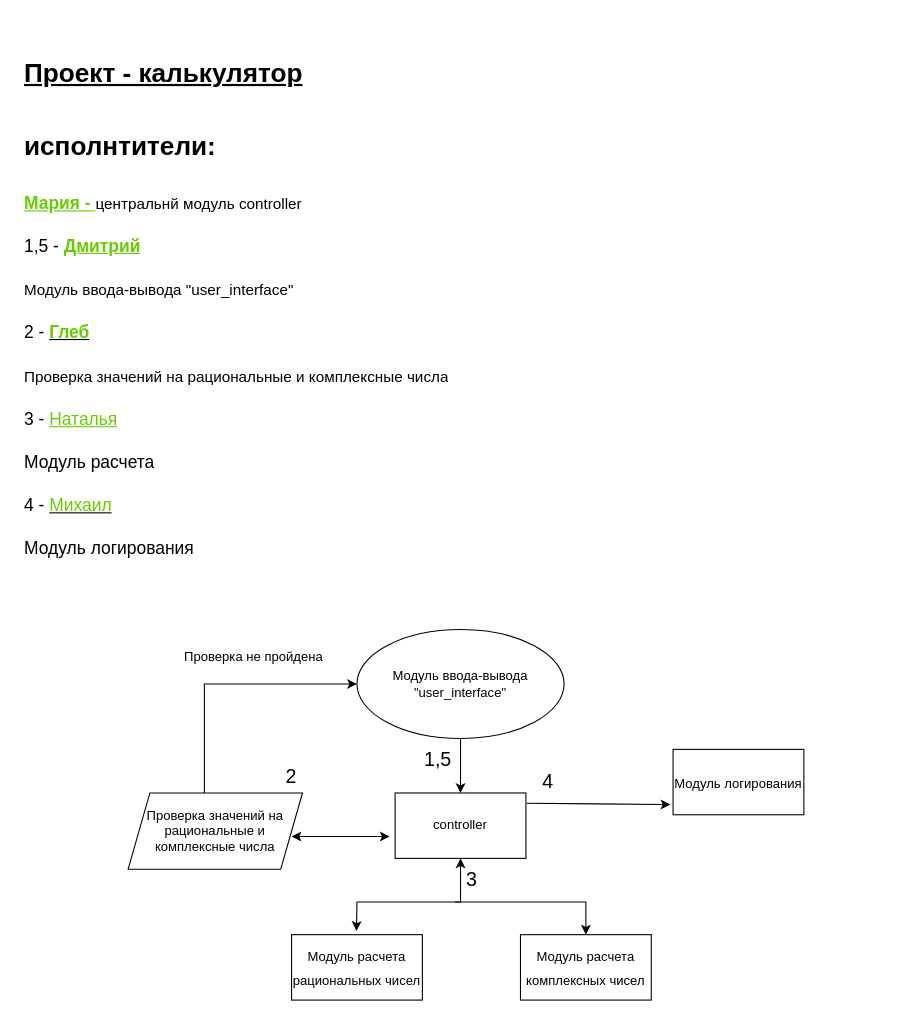
tni-github/Calc_group keeps this draw.io diagram as Block_shema.drawio. Above is the earlier version. Source tidied: cells renumbered, new cells numbered last; positions are measured from the earlier drawing's top-left corner, leaving out a move shared by most shapes. Both pictures are drawn from the tidied source at 109%, with x=0, y=0 at pixel (19, 29).
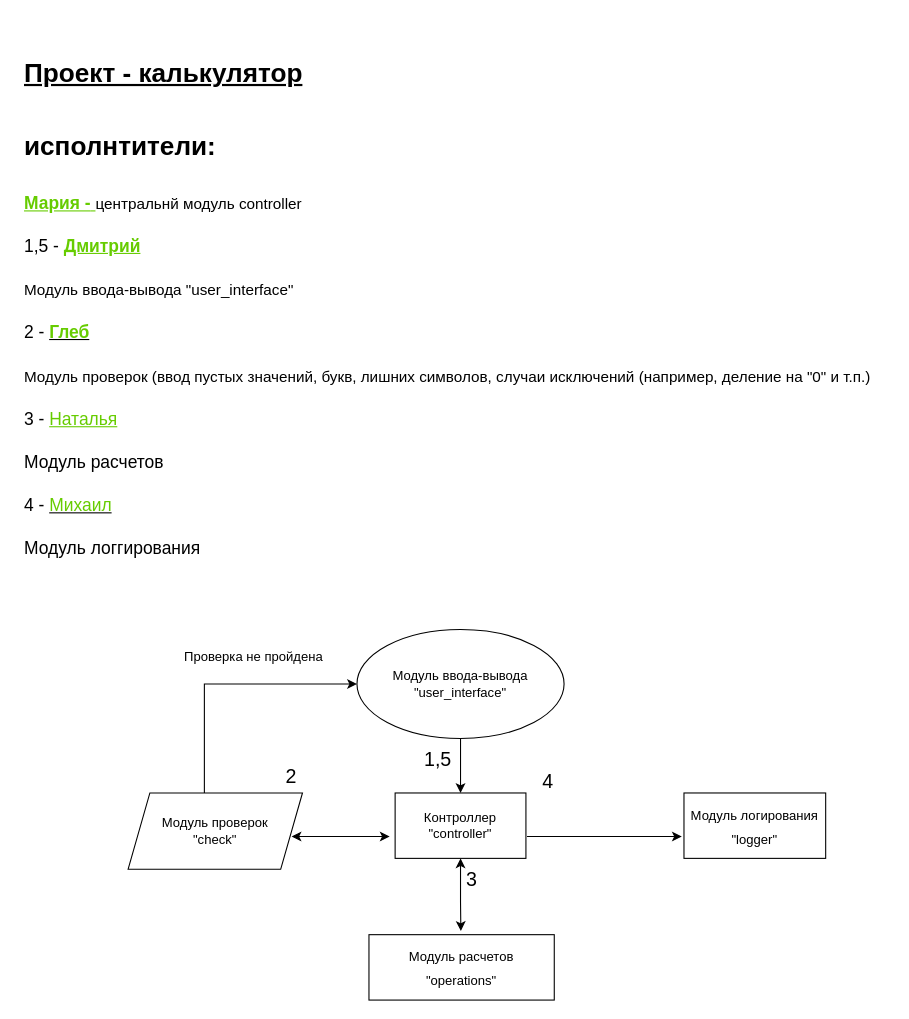
The same diagram, later.

Commit message (it also covers changes not shown here):
откорректирована диаграмма и добавлен модуль операций с числами

Change to the diagram source:
```diff
@@
-    <mxCell id="4" value="controller" style="rounded=0;whiteSpace=wrap;html=1;" parent="1" vertex="1">
+    <mxCell id="4" value="Контроллер&lt;br&gt;&quot;controller&quot;" style="rounded=0;whiteSpace=wrap;html=1;" parent="1" vertex="1">
       <mxGeometry x="345" y="700" width="120" height="60" as="geometry" />
     </mxCell>
@@
-    <mxCell id="6" value="Проверка значений на рациональные и комплексные числа" style="shape=parallelogram;perimeter=parallelogramPerimeter;whiteSpace=wrap;html=1;fixedSize=1;" parent="1" vertex="1">
+    <mxCell id="6" value="Модуль проверок&lt;br&gt;&quot;check&quot;&lt;br&gt;" style="shape=parallelogram;perimeter=parallelogramPerimeter;whiteSpace=wrap;html=1;fixedSize=1;" parent="1" vertex="1">
       <mxGeometry x="100" y="700" width="160" height="70" as="geometry" />
     </mxCell>
@@
     <mxCell id="9" style="endArrow=classic;startArrow=classic;html=1;rounded=0;entryX=0.5;entryY=1;entryDx=0;entryDy=0;exitX=0.496;exitY=-0.057;exitDx=0;exitDy=0;exitPerimeter=0;" parent="1" edge="1" source="11" target="4">
       <mxGeometry relative="1" as="geometry">
         <Array as="points">
-          <mxPoint x="310" y="800" />
           <mxPoint x="405" y="800" />
         </Array>
       </mxGeometry>
     </mxCell>
@@
-    <mxCell id="11" value="&lt;font style=&quot;font-size: 12px;&quot;&gt;Модуль расчета рациональных чисел&lt;/font&gt;" style="whiteSpace=wrap;html=1;fontSize=18;" parent="1" vertex="1">
-      <mxGeometry x="250" y="830" width="120" height="60" as="geometry" />
+    <mxCell id="11" value="&lt;font style=&quot;font-size: 12px&quot;&gt;Модуль расчетов&lt;br&gt;&quot;operations&quot;&lt;br&gt;&lt;/font&gt;" style="whiteSpace=wrap;html=1;fontSize=18;" parent="1" vertex="1">
+      <mxGeometry x="321" y="830" width="170" height="60" as="geometry" />
     </mxCell>
-    <mxCell id="12" style="endArrow=classic;html=1;rounded=0;fontSize=12;" parent="1" edge="1">
-      <mxGeometry relative="1" as="geometry">
-        <mxPoint x="400" y="800" as="sourcePoint" />
-        <mxPoint x="520" y="830" as="targetPoint" />
-        <Array as="points">
-          <mxPoint x="520" y="800" />
-        </Array>
-      </mxGeometry>
-    </mxCell>
-    <mxCell id="13" value="&lt;font style=&quot;font-size: 12px;&quot;&gt;Модуль расчета комплексных чисел&lt;/font&gt;" style="whiteSpace=wrap;html=1;fontSize=18;" parent="1" vertex="1">
-      <mxGeometry x="460" y="830" width="120" height="60" as="geometry" />
-    </mxCell>
@@
-    <mxCell id="15" style="endArrow=classic;html=1;rounded=0;fontSize=18;entryX=-0.02;entryY=0.843;entryDx=0;entryDy=0;entryPerimeter=0;exitX=1.007;exitY=0.158;exitDx=0;exitDy=0;exitPerimeter=0;" parent="1" edge="1" source="4" target="16">
+    <mxCell id="15" style="endArrow=classic;html=1;rounded=0;fontSize=18;" parent="1" edge="1">
       <mxGeometry relative="1" as="geometry">
+        <mxPoint x="466" y="740" as="sourcePoint" />
+        <mxPoint x="608" y="740" as="targetPoint" />
         <Array as="points">
-          <mxPoint x="530" y="710" />
+          <mxPoint x="540" y="740" />
         </Array>
       </mxGeometry>
     </mxCell>
-    <mxCell id="16" value="&lt;font style=&quot;font-size: 12px;&quot;&gt;Модуль логирования&lt;/font&gt;" style="whiteSpace=wrap;html=1;fontSize=18;" parent="1" vertex="1">
-      <mxGeometry x="600" y="660" width="120" height="60" as="geometry" />
+    <mxCell id="16" value="&lt;font style=&quot;font-size: 12px&quot;&gt;Модуль логирования&lt;br&gt;&quot;logger&quot;&lt;br&gt;&lt;/font&gt;" style="whiteSpace=wrap;html=1;fontSize=18;" parent="1" vertex="1">
+      <mxGeometry x="610" y="700" width="130" height="60" as="geometry" />
     </mxCell>
@@
-    <mxCell id="19" value="&lt;h1&gt;&lt;font style=&quot;vertical-align: inherit ; font-size: 24px&quot;&gt;&lt;u&gt;Проект - калькулятор&lt;/u&gt;&amp;nbsp;&lt;/font&gt;&lt;/h1&gt;&lt;h1&gt;&lt;font style=&quot;vertical-align: inherit ; font-size: 24px&quot;&gt;исполнтители:&lt;/font&gt;&lt;/h1&gt;&lt;p&gt;&lt;font&gt;&lt;font style=&quot;vertical-align: inherit ; font-size: 14px&quot; color=&quot;#66cc00&quot;&gt;&lt;b style=&quot;font-size: 16px&quot;&gt;&lt;u&gt;&lt;font style=&quot;font-size: 16px&quot;&gt;Мария -&lt;/font&gt; &lt;/u&gt;&lt;/b&gt;&lt;/font&gt;&lt;font style=&quot;vertical-align: inherit ; font-size: 14px&quot;&gt;центральнй модуль controller&amp;nbsp;&lt;/font&gt;&lt;/font&gt;&lt;/p&gt;&lt;p&gt;&lt;font style=&quot;vertical-align: inherit ; font-size: 14px&quot;&gt;&lt;font style=&quot;vertical-align: inherit ; font-size: 16px&quot;&gt;&lt;font style=&quot;vertical-align: inherit ; font-size: 16px&quot;&gt;1,5 - &lt;b&gt;&lt;font color=&quot;#66cc00&quot; style=&quot;font-size: 16px&quot;&gt;&lt;u&gt;Дмитрий&lt;/u&gt;&lt;/font&gt;&amp;nbsp;&lt;/b&gt;&lt;/font&gt;&lt;/font&gt;&lt;/font&gt;&lt;/p&gt;&lt;font style=&quot;font-size: 14px&quot;&gt;&lt;font style=&quot;text-align: center ; vertical-align: inherit&quot;&gt;Модуль ввода-вывода&amp;nbsp;&lt;/font&gt;&lt;font style=&quot;text-align: center ; vertical-align: inherit&quot;&gt;&quot;user_interface&quot;&lt;/font&gt;&lt;/font&gt;&lt;p&gt;&lt;font style=&quot;vertical-align: inherit ; font-size: 14px&quot;&gt;&lt;font style=&quot;vertical-align: inherit ; font-size: 16px&quot;&gt;&lt;font style=&quot;vertical-align: inherit ; font-size: 16px&quot;&gt;2 - &lt;b&gt;&lt;u&gt;&lt;font color=&quot;#66cc00&quot; style=&quot;font-size: 16px&quot;&gt;Глеб&lt;/font&gt;&lt;/u&gt;&lt;/b&gt;&lt;/font&gt;&lt;/font&gt;&lt;/font&gt;&lt;/p&gt;&lt;p&gt;&lt;font style=&quot;vertical-align: inherit ; font-size: 14px&quot;&gt;&lt;span style=&quot;text-align: center&quot;&gt;Проверка значений на рациональные и комплексные числа&lt;/span&gt;&lt;/font&gt;&lt;/p&gt;&lt;p&gt;&lt;font style=&quot;vertical-align: inherit&quot; size=&quot;3&quot;&gt;3 - &lt;font color=&quot;#66cc00&quot;&gt;&lt;u&gt;Наталья&lt;/u&gt;&lt;/font&gt;&lt;/font&gt;&lt;/p&gt;&lt;p&gt;&lt;font style=&quot;vertical-align: inherit&quot; size=&quot;3&quot;&gt;Модуль расчета&lt;/font&gt;&lt;/p&gt;&lt;p&gt;&lt;font style=&quot;vertical-align: inherit&quot; size=&quot;3&quot;&gt;4 - &lt;u&gt;&lt;font color=&quot;#66cc00&quot;&gt;Михаил&lt;/font&gt;&lt;/u&gt;&lt;/font&gt;&lt;/p&gt;&lt;p&gt;&lt;font size=&quot;3&quot;&gt;Модуль логирования&lt;/font&gt;&lt;/p&gt;" style="text;html=1;strokeColor=none;fillColor=none;spacing=5;spacingTop=-20;whiteSpace=wrap;overflow=hidden;rounded=0;fontSize=18;" parent="1" vertex="1">
+    <mxCell id="19" value="&lt;h1&gt;&lt;font style=&quot;vertical-align: inherit ; font-size: 24px&quot;&gt;&lt;u&gt;Проект - калькулятор&lt;/u&gt;&amp;nbsp;&lt;/font&gt;&lt;/h1&gt;&lt;h1&gt;&lt;font style=&quot;vertical-align: inherit ; font-size: 24px&quot;&gt;исполнтители:&lt;/font&gt;&lt;/h1&gt;&lt;p&gt;&lt;font&gt;&lt;font style=&quot;vertical-align: inherit ; font-size: 14px&quot; color=&quot;#66cc00&quot;&gt;&lt;b style=&quot;font-size: 16px&quot;&gt;&lt;u&gt;&lt;font style=&quot;font-size: 16px&quot;&gt;Мария -&lt;/font&gt; &lt;/u&gt;&lt;/b&gt;&lt;/font&gt;&lt;font style=&quot;vertical-align: inherit ; font-size: 14px&quot;&gt;центральнй модуль controller&amp;nbsp;&lt;/font&gt;&lt;/font&gt;&lt;/p&gt;&lt;p&gt;&lt;font style=&quot;vertical-align: inherit ; font-size: 14px&quot;&gt;&lt;font style=&quot;vertical-align: inherit ; font-size: 16px&quot;&gt;&lt;font style=&quot;vertical-align: inherit ; font-size: 16px&quot;&gt;1,5 - &lt;b&gt;&lt;font color=&quot;#66cc00&quot; style=&quot;font-size: 16px&quot;&gt;&lt;u&gt;Дмитрий&lt;/u&gt;&lt;/font&gt;&amp;nbsp;&lt;/b&gt;&lt;/font&gt;&lt;/font&gt;&lt;/font&gt;&lt;/p&gt;&lt;font style=&quot;font-size: 14px&quot;&gt;&lt;font style=&quot;text-align: center ; vertical-align: inherit&quot;&gt;Модуль ввода-вывода&amp;nbsp;&lt;/font&gt;&lt;font style=&quot;text-align: center ; vertical-align: inherit&quot;&gt;&quot;user_interface&quot;&lt;/font&gt;&lt;/font&gt;&lt;p&gt;&lt;font style=&quot;vertical-align: inherit ; font-size: 14px&quot;&gt;&lt;font style=&quot;vertical-align: inherit ; font-size: 16px&quot;&gt;&lt;font style=&quot;vertical-align: inherit ; font-size: 16px&quot;&gt;2 - &lt;b&gt;&lt;u&gt;&lt;font color=&quot;#66cc00&quot; style=&quot;font-size: 16px&quot;&gt;Глеб&lt;/font&gt;&lt;/u&gt;&lt;/b&gt;&lt;/font&gt;&lt;/font&gt;&lt;/font&gt;&lt;/p&gt;&lt;p&gt;&lt;font style=&quot;vertical-align: inherit ; font-size: 14px&quot;&gt;&lt;span style=&quot;text-align: center&quot;&gt;Модуль проверок (ввод пустых значений, букв, лишних символов, случаи исключений (например, деление на &quot;0&quot; и т.п.)&lt;/span&gt;&lt;/font&gt;&lt;/p&gt;&lt;p&gt;&lt;font style=&quot;vertical-align: inherit&quot; size=&quot;3&quot;&gt;3 - &lt;font color=&quot;#66cc00&quot;&gt;&lt;u&gt;Наталья&lt;/u&gt;&lt;/font&gt;&lt;/font&gt;&lt;/p&gt;&lt;p&gt;&lt;font style=&quot;vertical-align: inherit&quot; size=&quot;3&quot;&gt;Модуль расчетов&lt;/font&gt;&lt;/p&gt;&lt;p&gt;&lt;font style=&quot;vertical-align: inherit&quot; size=&quot;3&quot;&gt;4 - &lt;u&gt;&lt;font color=&quot;#66cc00&quot;&gt;Михаил&lt;/font&gt;&lt;/u&gt;&lt;/font&gt;&lt;/p&gt;&lt;p&gt;&lt;font size=&quot;3&quot;&gt;Модуль логгирования&lt;/font&gt;&lt;/p&gt;" style="text;html=1;strokeColor=none;fillColor=none;spacing=5;spacingTop=-20;whiteSpace=wrap;overflow=hidden;rounded=0;fontSize=18;" parent="1" vertex="1">
       <mxGeometry width="800" height="490" as="geometry" />
     </mxCell>
```
